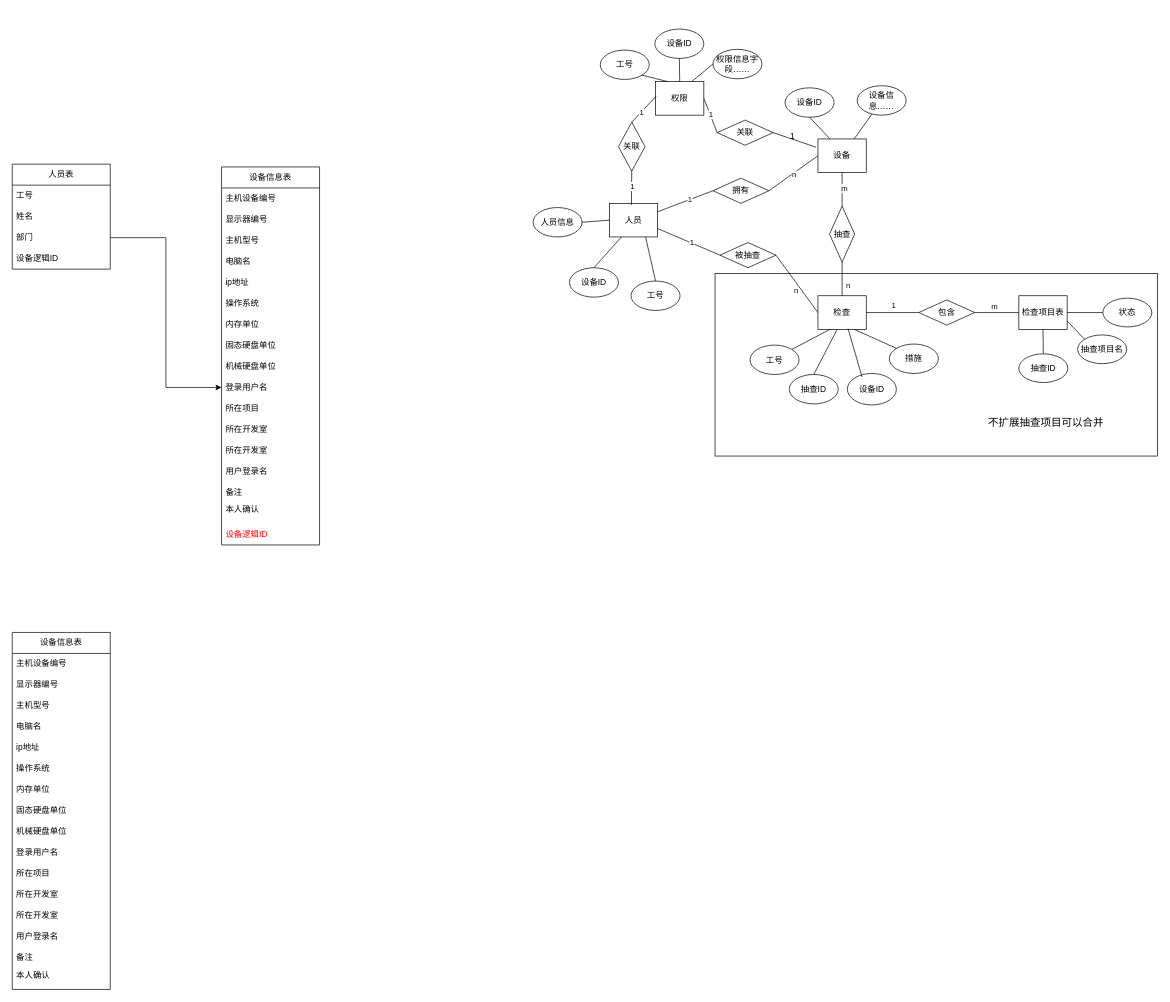
Above: 名称未設定ファイル.drawio in linf04/draw.io (draw.io), before the change. Source tidied: cells renumbered, new cells numbered last; positions are measured from the earlier drawing's top-left corner, leaving out a move shared by most shapes. Both pictures are drawn from the tidied source at 70%, with x=0, y=0 at pixel (12, 29).
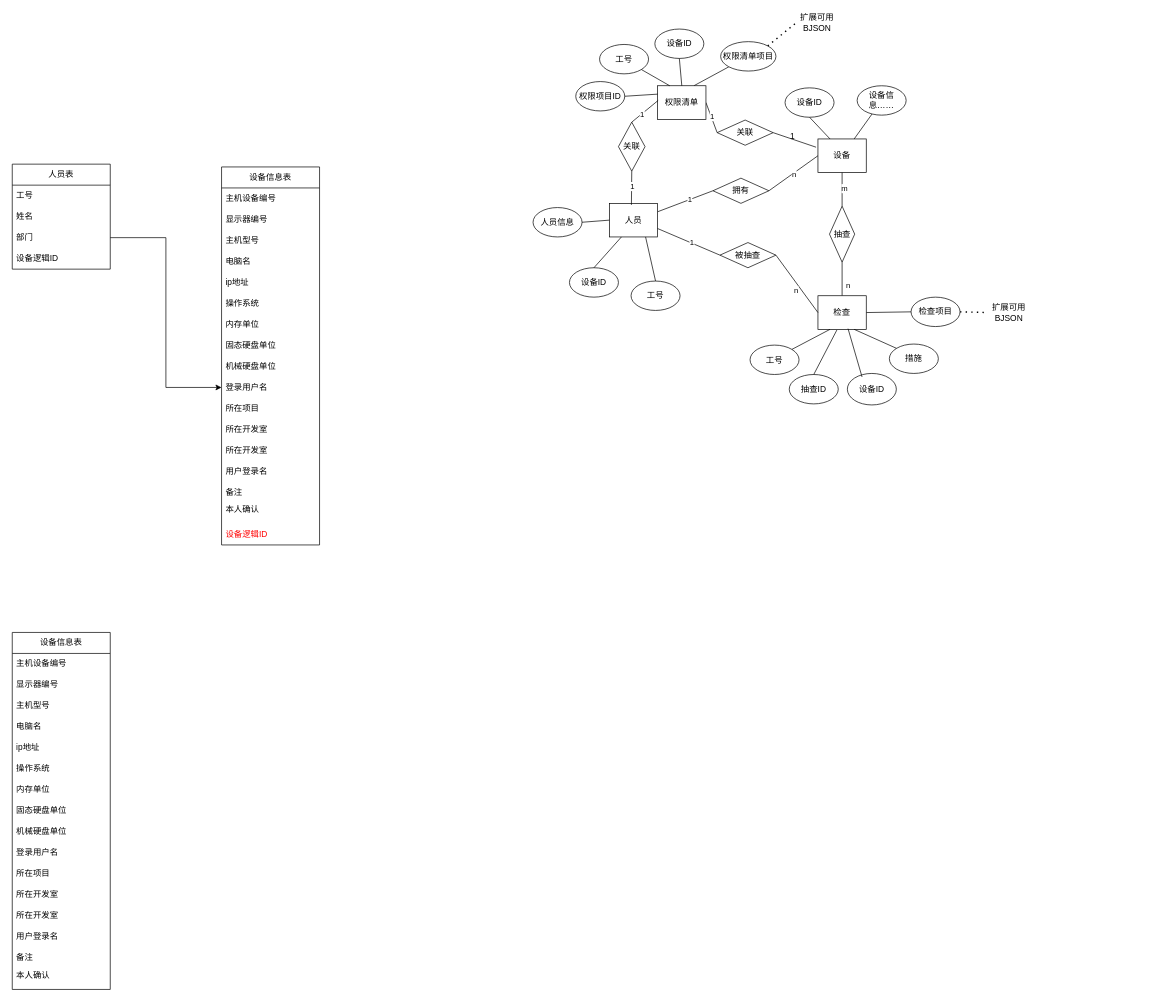
The same diagram, later.

Commit message:
名称未設定ファイル.drawio を更新します

Unchanged cells that the change refers to:
```xml
<mxCell id="52" value="检查" style="rounded=0;whiteSpace=wrap;html=1;" parent="1" vertex="1">
  <mxGeometry x="1151" y="381" width="69" height="48" as="geometry" />
</mxCell>
```

The edit, as a diff of the source:
```diff
@@
-    <mxCell id="2" style="rounded=0;whiteSpace=wrap;html=1;" parent="1" vertex="1">
-      <mxGeometry x="1004" y="349" width="632" height="261" as="geometry" />
-    </mxCell>
@@
-    <mxCell id="50" style="rounded=0;jettySize=auto;html=1;exitX=1;exitY=0.5;exitDx=0;exitDy=0;entryX=1;entryY=0.5;entryDx=0;entryDy=0;endArrow=none;endFill=0;" parent="1" edge="1" source="52" target="72">
+    <mxCell id="50" style="rounded=0;jettySize=auto;html=1;exitX=1;exitY=0.5;exitDx=0;exitDy=0;entryX=0;entryY=0.5;entryDx=0;entryDy=0;endArrow=none;endFill=0;" parent="1" edge="1" source="52" target="116">
       <mxGeometry relative="1" as="geometry" />
     </mxCell>
-    <mxCell id="51" value="1" style="edgeLabel;html=1;align=center;verticalAlign=middle;" parent="50" vertex="1">
-      <mxGeometry x="0.23" y="2" relative="1" as="geometry">
-        <mxPoint x="-8" y="-9" as="offset" />
-      </mxGeometry>
-    </mxCell>
@@
-    <mxCell id="53" value="检查项目表" style="rounded=0;whiteSpace=wrap;html=1;" parent="1" vertex="1">
-      <mxGeometry x="1438" y="381" width="69" height="48" as="geometry" />
-    </mxCell>
@@
-    <mxCell id="59" value="抽查ID" style="ellipse;whiteSpace=wrap;html=1;" parent="1" vertex="1">
-      <mxGeometry x="1438" y="464" width="70" height="41" as="geometry" />
-    </mxCell>
-    <mxCell id="60" value="抽查项目名" style="ellipse;whiteSpace=wrap;html=1;" parent="1" vertex="1">
-      <mxGeometry x="1522" y="437" width="70" height="41" as="geometry" />
-    </mxCell>
@@
-    <mxCell id="70" style="edgeStyle=orthogonalEdgeStyle;rounded=0;jettySize=auto;html=1;exitX=0;exitY=0.5;exitDx=0;exitDy=0;endArrow=none;endFill=0;" parent="1" edge="1" source="72" target="53">
-      <mxGeometry relative="1" as="geometry" />
-    </mxCell>
-    <mxCell id="71" value="m" style="edgeLabel;html=1;align=center;verticalAlign=middle;" parent="70" vertex="1">
-      <mxGeometry x="0.18" y="1" relative="1" as="geometry">
-        <mxPoint x="-10" y="-9" as="offset" />
-      </mxGeometry>
-    </mxCell>
-    <mxCell id="72" value="包含" style="rhombus;whiteSpace=wrap;html=1;direction=west;" parent="1" vertex="1">
-      <mxGeometry x="1295" y="387" width="80" height="36" as="geometry" />
-    </mxCell>
@@
-    <mxCell id="88" style="endArrow=none;html=1;rounded=0;exitX=0.5;exitY=0;exitDx=0;exitDy=0;entryX=0.5;entryY=1;entryDx=0;entryDy=0;" parent="1" edge="1" source="59" target="53">
-      <mxGeometry relative="1" as="geometry" />
-    </mxCell>
-    <mxCell id="89" style="endArrow=none;html=1;rounded=0;exitX=0;exitY=0;exitDx=0;exitDy=0;entryX=1;entryY=0.75;entryDx=0;entryDy=0;" parent="1" edge="1" source="60" target="53">
-      <mxGeometry relative="1" as="geometry" />
-    </mxCell>
@@
+    <mxCell id="110" style="rounded=0;jettySize=auto;html=1;exitX=0.75;exitY=0;exitDx=0;exitDy=0;entryX=0;entryY=1;entryDx=0;entryDy=0;endArrow=none;endFill=0;" parent="1" edge="1" source="92" target="113">
+      <mxGeometry relative="1" as="geometry" />
+    </mxCell>
-    <mxCell id="92" value="权限" style="rounded=0;whiteSpace=wrap;html=1;" parent="1" vertex="1">
-      <mxGeometry x="919" y="75" width="69" height="48" as="geometry" />
+    <mxCell id="92" value="权限清单" style="rounded=0;whiteSpace=wrap;html=1;" parent="1" vertex="1">
+      <mxGeometry x="922" y="81" width="69" height="48" as="geometry" />
     </mxCell>
     <mxCell id="93" value="工号" style="ellipse;whiteSpace=wrap;html=1;" parent="1" vertex="1">
-      <mxGeometry x="840" y="30" width="70" height="42" as="geometry" />
+      <mxGeometry x="839" y="22" width="70" height="42" as="geometry" />
     </mxCell>
@@
-    <mxCell id="95" value="权限信息字段……" style="ellipse;whiteSpace=wrap;html=1;" parent="1" vertex="1">
-      <mxGeometry x="1001" y="29" width="70" height="42" as="geometry" />
-    </mxCell>
@@
-    <mxCell id="98" style="endArrow=none;html=1;rounded=0;entryX=0;entryY=0.5;entryDx=0;entryDy=0;exitX=0.75;exitY=0;exitDx=0;exitDy=0;" parent="1" edge="1" source="92" target="95">
-      <mxGeometry relative="1" as="geometry" />
-    </mxCell>
@@
-    <mxCell id="100" style="edgeStyle=orthogonalEdgeStyle;rounded=0;jettySize=auto;html=1;exitX=0;exitY=0.5;exitDx=0;exitDy=0;entryX=1;entryY=0.5;entryDx=0;entryDy=0;endArrow=none;endFill=0;" parent="1" edge="1" source="101" target="53">
-      <mxGeometry relative="1" as="geometry" />
-    </mxCell>
-    <mxCell id="101" value="状态" style="ellipse;whiteSpace=wrap;html=1;" parent="1" vertex="1">
-      <mxGeometry x="1558" y="384.5" width="70" height="41" as="geometry" />
-    </mxCell>
-    <mxCell id="102" value="&lt;font style=&quot;font-size: 15px;&quot;&gt;不扩展抽查项目可以合并&lt;/font&gt;" style="text;html=1;whiteSpace=wrap;strokeColor=none;fillColor=none;align=center;verticalAlign=middle;rounded=0;" parent="1" vertex="1">
-      <mxGeometry x="1366" y="537" width="222" height="47" as="geometry" />
-    </mxCell>
@@
+    <mxCell id="111" value="权限项目ID" style="ellipse;whiteSpace=wrap;html=1;" parent="1" vertex="1">
+      <mxGeometry x="805" y="75" width="70" height="42" as="geometry" />
+    </mxCell>
+    <mxCell id="112" style="endArrow=none;html=1;rounded=0;entryX=1;entryY=0.5;entryDx=0;entryDy=0;exitX=0;exitY=0.25;exitDx=0;exitDy=0;" parent="1" edge="1" source="92" target="111">
+      <mxGeometry relative="1" as="geometry" />
+    </mxCell>
+    <mxCell id="113" value="权限清单项目" style="ellipse;whiteSpace=wrap;html=1;" parent="1" vertex="1">
+      <mxGeometry x="1012" y="18" width="79" height="42" as="geometry" />
+    </mxCell>
+    <mxCell id="114" style="endArrow=none;dashed=1;html=1;dashPattern=1 3;strokeWidth=2;rounded=0;exitX=1;exitY=0;exitDx=0;exitDy=0;entryX=0;entryY=0.5;entryDx=0;entryDy=0;" parent="1" edge="1" source="113" target="115">
+      <mxGeometry relative="1" as="geometry" />
+    </mxCell>
+    <mxCell id="115" value="扩展可用BJSON" style="text;html=1;whiteSpace=wrap;strokeColor=none;fillColor=none;align=center;verticalAlign=middle;rounded=0;" parent="1" vertex="1">
+      <mxGeometry x="1120" y="-24" width="60" height="30" as="geometry" />
+    </mxCell>
+    <mxCell id="116" value="检查项目" style="ellipse;whiteSpace=wrap;html=1;" parent="1" vertex="1">
+      <mxGeometry x="1284" y="383" width="70" height="42" as="geometry" />
+    </mxCell>
+    <mxCell id="117" style="endArrow=none;dashed=1;html=1;dashPattern=1 3;strokeWidth=2;rounded=0;exitX=1;exitY=0.5;exitDx=0;exitDy=0;entryX=0;entryY=0.5;entryDx=0;entryDy=0;" parent="1" edge="1" source="116" target="118">
+      <mxGeometry relative="1" as="geometry" />
+    </mxCell>
+    <mxCell id="118" value="扩展可用BJSON" style="text;html=1;whiteSpace=wrap;strokeColor=none;fillColor=none;align=center;verticalAlign=middle;rounded=0;" parent="1" vertex="1">
+      <mxGeometry x="1394" y="390" width="60" height="30" as="geometry" />
+    </mxCell>
```
